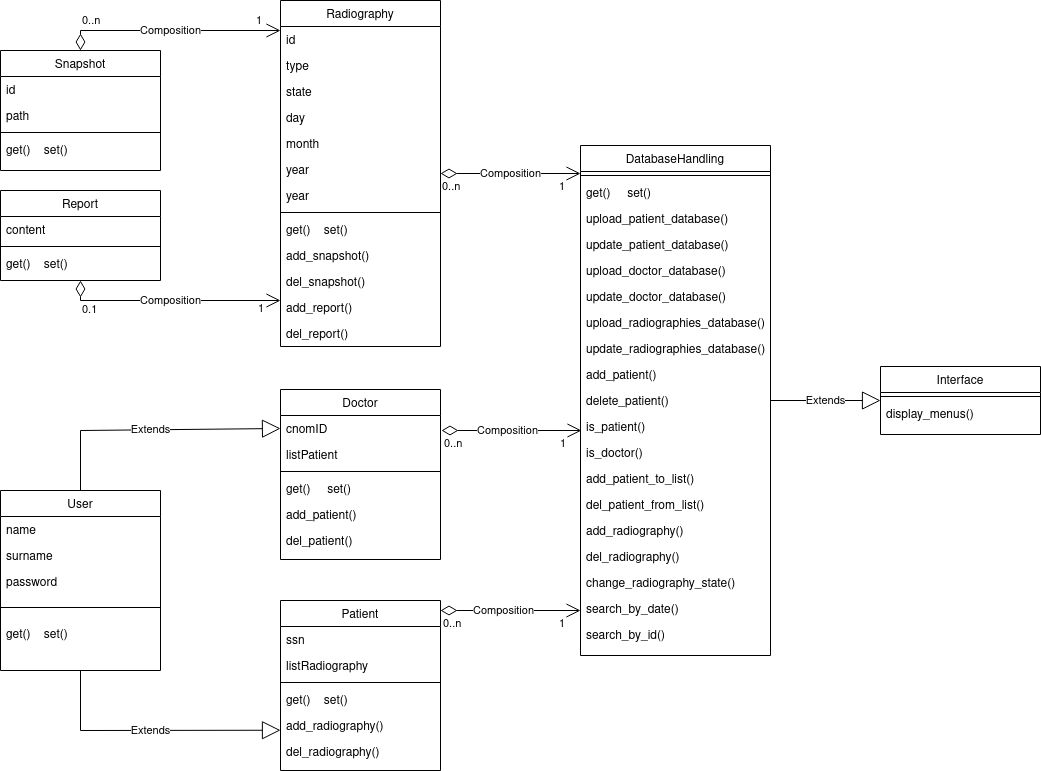
Earlier version of the draw.io export rapport/images/UML_OOP.png (Damien-Garcia-Bioinformatics/object_oriented_programming_project). Source tidied: cells renumbered, new cells last; positions are measured from the earlier drawing's top-left corner, leaving out a move shared by most shapes.
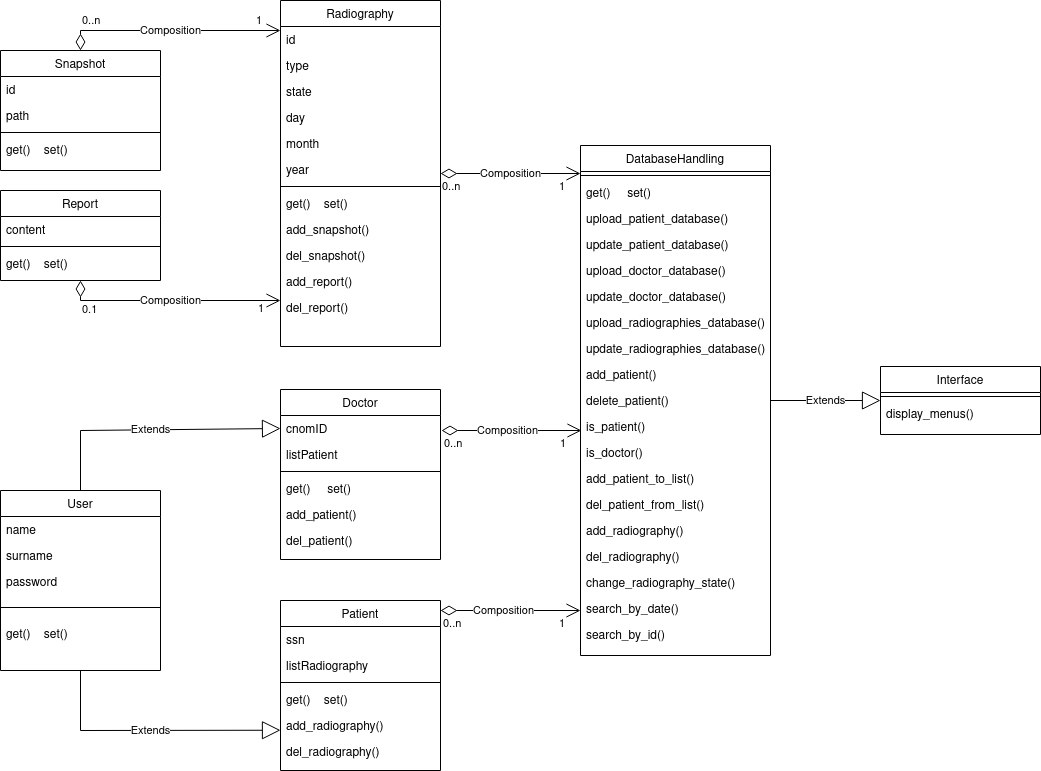
Above is the later version.

Diff of the diagram source:
```diff
@@ -44,26 +44,23 @@
     <mxCell id="15" value="year" style="text;align=left;verticalAlign=top;spacingLeft=4;spacingRight=4;overflow=hidden;" parent="9" vertex="1">
       <mxGeometry y="156" width="160" height="26" as="geometry" />
     </mxCell>
-    <mxCell id="16" value="year" style="text;align=left;verticalAlign=top;spacingLeft=4;spacingRight=4;overflow=hidden;" parent="9" vertex="1">
-      <mxGeometry y="182" width="160" height="26" as="geometry" />
-    </mxCell>
     <mxCell id="17" style="line;html=1;strokeWidth=1;align=left;verticalAlign=middle;spacingTop=-1;spacingLeft=3;spacingRight=3;labelPosition=right;" parent="9" vertex="1">
-      <mxGeometry y="208" width="160" height="8" as="geometry" />
+      <mxGeometry y="182" width="160" height="8" as="geometry" />
     </mxCell>
     <mxCell id="18" value="get()    set()" style="text;align=left;verticalAlign=top;spacingLeft=4;spacingRight=4;overflow=hidden;" parent="9" vertex="1">
-      <mxGeometry y="216" width="160" height="26" as="geometry" />
+      <mxGeometry y="190" width="160" height="26" as="geometry" />
     </mxCell>
     <mxCell id="19" value="add_snapshot()" style="text;align=left;verticalAlign=top;spacingLeft=4;spacingRight=4;overflow=hidden;" parent="9" vertex="1">
-      <mxGeometry y="242" width="160" height="26" as="geometry" />
+      <mxGeometry y="216" width="160" height="26" as="geometry" />
     </mxCell>
     <mxCell id="20" value="del_snapshot()" style="text;align=left;verticalAlign=top;spacingLeft=4;spacingRight=4;overflow=hidden;" parent="9" vertex="1">
-      <mxGeometry y="268" width="160" height="26" as="geometry" />
+      <mxGeometry y="242" width="160" height="26" as="geometry" />
     </mxCell>
     <mxCell id="21" value="add_report()" style="text;align=left;verticalAlign=top;spacingLeft=4;spacingRight=4;overflow=hidden;" parent="9" vertex="1">
-      <mxGeometry y="294" width="160" height="26" as="geometry" />
+      <mxGeometry y="268" width="160" height="26" as="geometry" />
     </mxCell>
     <mxCell id="22" value="del_report()" style="text;align=left;verticalAlign=top;spacingLeft=4;spacingRight=4;overflow=hidden;" parent="9" vertex="1">
-      <mxGeometry y="320" width="160" height="26" as="geometry" />
+      <mxGeometry y="294" width="160" height="26" as="geometry" />
     </mxCell>
     <mxCell id="23" value="Snapshot" style="swimlane;fontStyle=0;align=center;verticalAlign=top;horizontal=1;startSize=26;rounded=0;shadow=0;strokeWidth=1;" parent="1" vertex="1">
       <mxGeometry y="50" width="160" height="120" as="geometry" />
```
